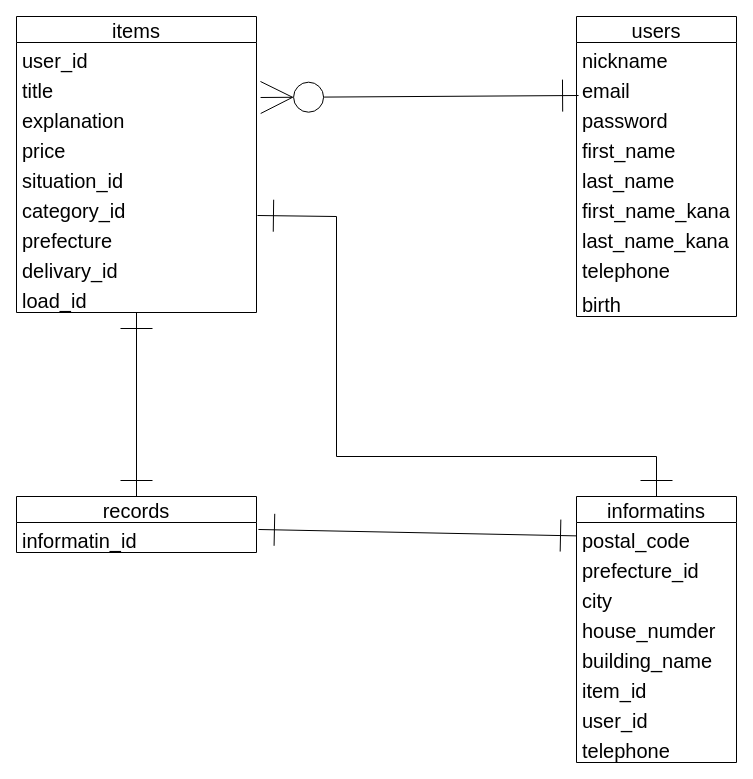
This is furima.dio from ennkai/furima-39962, a draw.io file, before an edit. Source tidied: cells renumbered, new cells numbered last; positions are measured from the earlier drawing's top-left corner, leaving out a move shared by most shapes. Both pictures are drawn from the tidied source at 100%, with x=0, y=0 at pixel (16, 16).
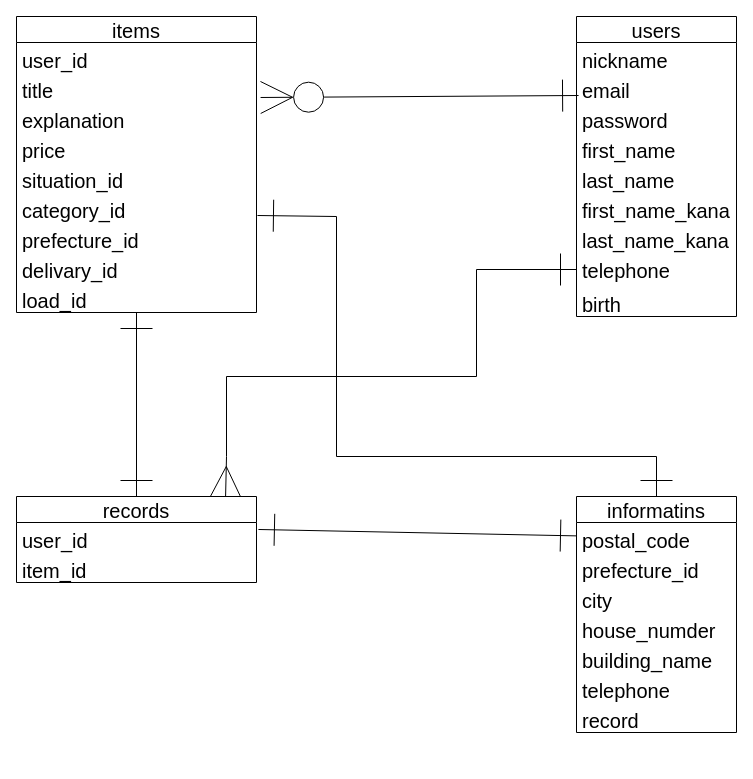
After the change.

Commit message (it also covers changes not shown here):
データベース設計再修正

Unchanged cells that the change refers to:
```xml
<mxCell id="3" value="items" style="swimlane;fontStyle=0;horizontal=1;startSize=26;align=center;fontSize=20;" parent="1" vertex="1">
  <mxGeometry width="240" height="296" as="geometry" />
</mxCell>
<mxCell id="32" value="telephone" style="text;strokeColor=none;fillColor=none;spacingLeft=4;spacingRight=4;overflow=hidden;points=[[0,0.5],[1,0.5]];portConstraint=eastwest;fontSize=20;" parent="24" vertex="1">
  <mxGeometry y="236" width="160" height="34" as="geometry" />
</mxCell>
```

Diff of the diagram source:
```diff
@@
-    <mxCell id="10" value="prefecture" style="text;strokeColor=none;fillColor=none;spacingLeft=4;spacingRight=4;overflow=hidden;fontSize=20;" parent="3" vertex="1">
+    <mxCell id="10" value="prefecture_id" style="text;strokeColor=none;fillColor=none;spacingLeft=4;spacingRight=4;overflow=hidden;fontSize=20;" parent="3" vertex="1">
       <mxGeometry y="206" width="240" height="30" as="geometry" />
     </mxCell>
@@
     <mxCell id="14" value="informatins" style="swimlane;fontStyle=0;horizontal=1;startSize=26;align=center;fontSize=20;" parent="1" vertex="1">
-      <mxGeometry x="560" y="480" width="160" height="266" as="geometry" />
+      <mxGeometry x="560" y="480" width="160" height="236" as="geometry" />
     </mxCell>
@@
-    <mxCell id="20" value="item_id" style="text;strokeColor=none;fillColor=none;spacingLeft=4;spacingRight=4;overflow=hidden;fontSize=20;" parent="14" vertex="1">
-      <mxGeometry y="176" width="160" height="30" as="geometry" />
-    </mxCell>
-    <mxCell id="21" value="user_id" style="text;strokeColor=none;fillColor=none;spacingLeft=4;spacingRight=4;overflow=hidden;fontSize=20;" parent="14" vertex="1">
-      <mxGeometry y="206" width="160" height="30" as="geometry" />
-    </mxCell>
     <mxCell id="22" value="telephone" style="text;strokeColor=none;fillColor=none;spacingLeft=4;spacingRight=4;overflow=hidden;fontSize=20;" parent="14" vertex="1">
-      <mxGeometry y="236" width="160" height="30" as="geometry" />
+      <mxGeometry y="176" width="160" height="30" as="geometry" />
     </mxCell>
+    <mxCell id="37" value="record" style="text;strokeColor=none;fillColor=none;spacingLeft=4;spacingRight=4;overflow=hidden;fontSize=20;" parent="14" vertex="1">
+      <mxGeometry y="206" width="160" height="30" as="geometry" />
+    </mxCell>
@@
+    <mxCell id="38" style="edgeStyle=none;rounded=0;jumpSize=100;html=1;entryX=0;entryY=0.5;entryDx=0;entryDy=0;fontSize=20;startArrow=ERmany;startFill=0;endArrow=ERone;endFill=0;startSize=30;endSize=30;targetPerimeterSpacing=10;exitX=0.871;exitY=0.023;exitDx=0;exitDy=0;exitPerimeter=0;" parent="1" edge="1" source="34" target="32">
+      <mxGeometry relative="1" as="geometry">
+        <Array as="points">
+          <mxPoint x="210" y="440" />
+          <mxPoint x="210" y="360" />
+          <mxPoint x="460" y="360" />
+          <mxPoint x="460" y="253" />
+        </Array>
+      </mxGeometry>
+    </mxCell>
     <mxCell id="34" value="records" style="swimlane;fontStyle=0;horizontal=1;startSize=26;align=center;fontSize=20;" parent="1" vertex="1">
-      <mxGeometry y="480" width="240" height="56" as="geometry" />
+      <mxGeometry y="480" width="240" height="86" as="geometry" />
     </mxCell>
-    <mxCell id="35" value="informatin_id" style="text;strokeColor=none;fillColor=none;spacingLeft=4;spacingRight=4;overflow=hidden;points=[[0,0.5],[1,0.5]];portConstraint=eastwest;fontSize=20;" parent="34" vertex="1">
+    <mxCell id="35" value="user_id" style="text;strokeColor=none;fillColor=none;spacingLeft=4;spacingRight=4;overflow=hidden;points=[[0,0.5],[1,0.5]];portConstraint=eastwest;fontSize=20;" parent="34" vertex="1">
       <mxGeometry y="26" width="240" height="30" as="geometry" />
     </mxCell>
+    <mxCell id="20" value="item_id" style="text;strokeColor=none;fillColor=none;spacingLeft=4;spacingRight=4;overflow=hidden;fontSize=20;" parent="34" vertex="1">
+      <mxGeometry y="56" width="240" height="30" as="geometry" />
+    </mxCell>
```
